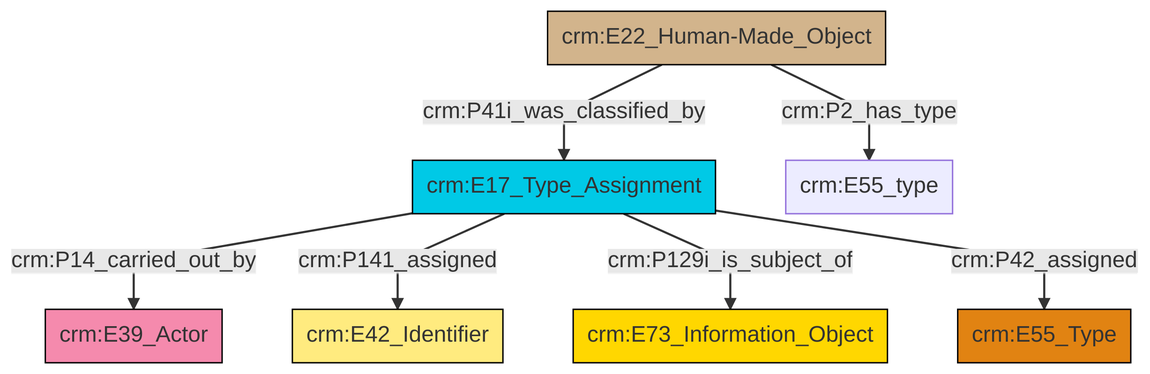
Before: et/builtWorkCSV/ttl/mmd/png/Built_Work_designation_status.png, a diagram exported from Mermaid (swiss-art-research-net/reference-data-models). Its source is kept beside it as et/builtWorkCSV/ttl/mmd/Built_Work_designation_status.ttl.mmd.
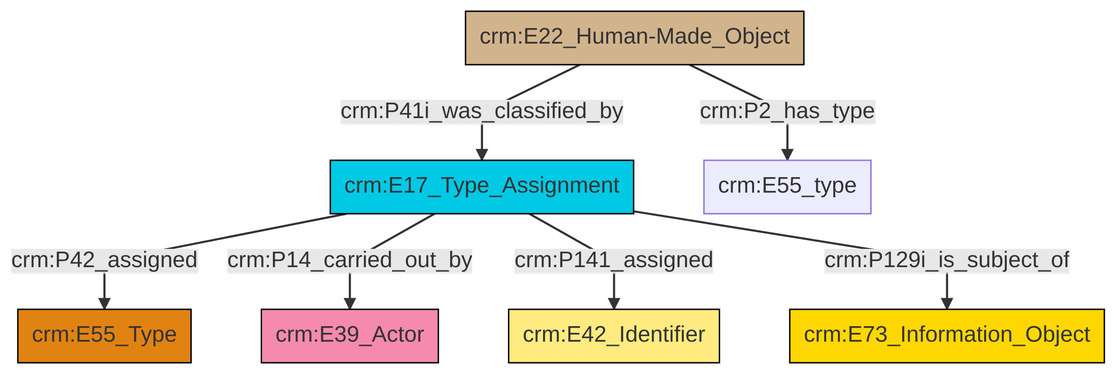
The same file after the commit.

Diff of the diagram source:
```diff
@@ -13,9 +13,9 @@
 classDef PC_Classes fill:#4ce600, stroke:#000000;
 classDef Multi fill:#cccccc,stroke:#000000;
 
-2["crm:E17_Type_Assignment"]:::Temporal_Entity -->|crm:P14_carried_out_by| 3["crm:E39_Actor"]:::Actor
-4["crm:E22_Human-Made_Object"]:::Physical_Thing -->|crm:P41i_was_classified_by| 2["crm:E17_Type_Assignment"]:::Temporal_Entity
-2["crm:E17_Type_Assignment"]:::Temporal_Entity -->|crm:P141_assigned| 0["crm:E42_Identifier"]:::Appellation
-2["crm:E17_Type_Assignment"]:::Temporal_Entity -->|crm:P129i_is_subject_of| 5["crm:E73_Information_Object"]:::Conceptual_Object
-4["crm:E22_Human-Made_Object"]:::Physical_Thing -->|crm:P2_has_type| 11["crm:E55_type"]:::Default
-2["crm:E17_Type_Assignment"]:::Temporal_Entity -->|crm:P42_assigned| 7["crm:E55_Type"]:::Type
+0["crm:E17_Type_Assignment"]:::Temporal_Entity -->|crm:P42_assigned| 1["crm:E55_Type"]:::Type
+0["crm:E17_Type_Assignment"]:::Temporal_Entity -->|crm:P14_carried_out_by| 2["crm:E39_Actor"]:::Actor
+0["crm:E17_Type_Assignment"]:::Temporal_Entity -->|crm:P141_assigned| 3["crm:E42_Identifier"]:::Appellation
+0["crm:E17_Type_Assignment"]:::Temporal_Entity -->|crm:P129i_is_subject_of| 5["crm:E73_Information_Object"]:::Conceptual_Object
+10["crm:E22_Human-Made_Object"]:::Physical_Thing -->|crm:P41i_was_classified_by| 0["crm:E17_Type_Assignment"]:::Temporal_Entity
+10["crm:E22_Human-Made_Object"]:::Physical_Thing -->|crm:P2_has_type| 13["crm:E55_type"]:::Default
```
